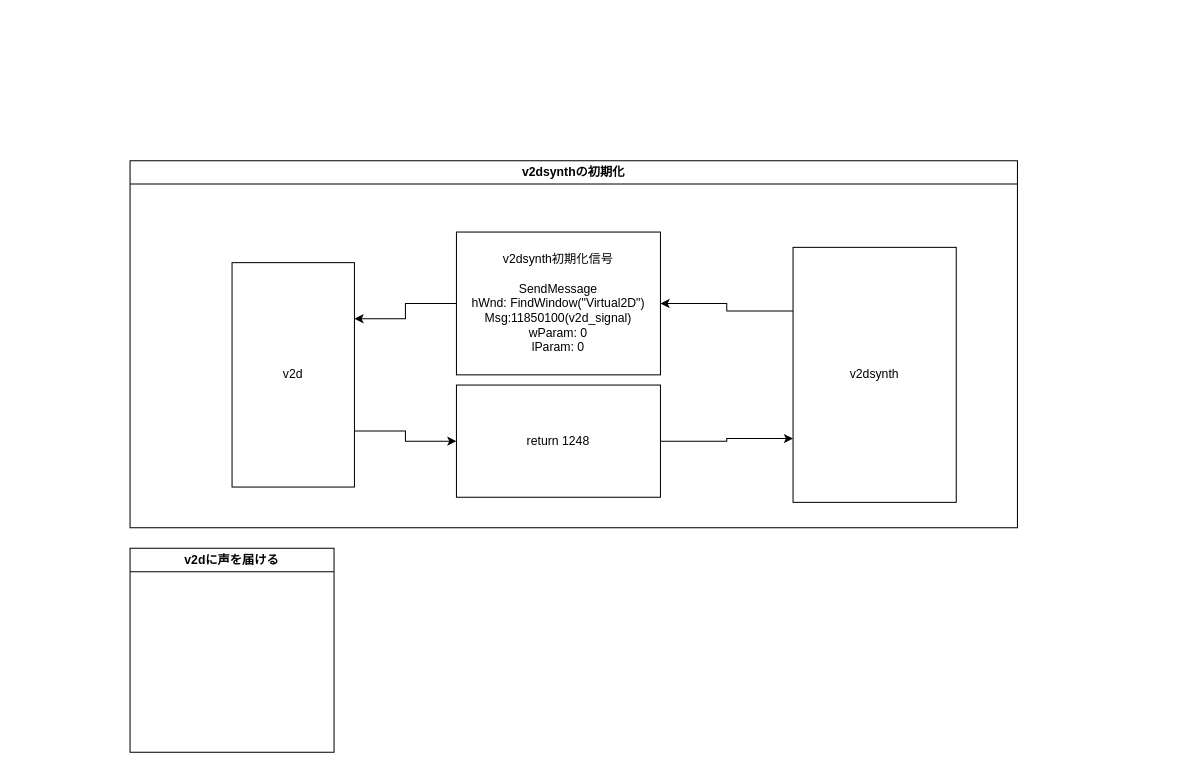
Before: v2d_synth_connection.drawio in TNTSuperMan/Virtual2D, a draw.io diagram. Source tidied: cells renumbered, new cells numbered last; positions are measured from the earlier drawing's top-left corner, leaving out a move shared by most shapes. Both pictures are drawn from the tidied source at 102%, with x=0, y=0 at pixel (130, 160).
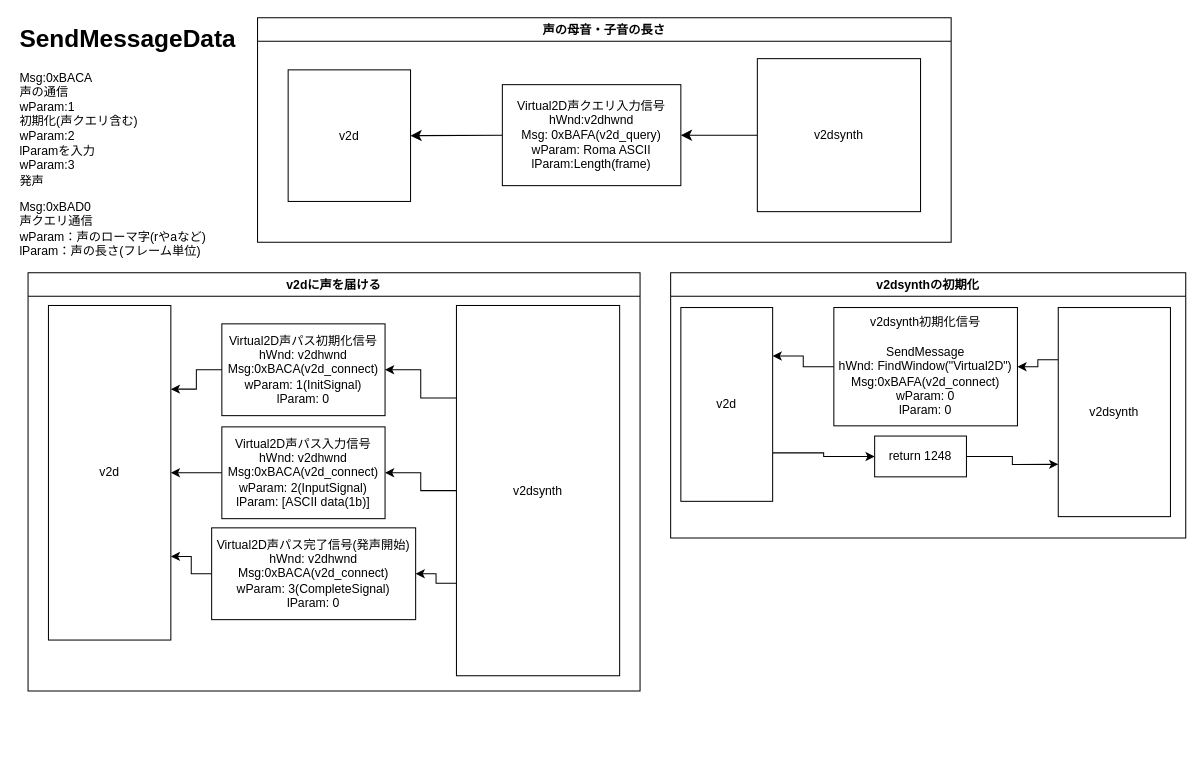
Above is the later version.

The edit, as a diff of the source:
```diff
@@
     <mxCell id="2" value="v2dsynthの初期化" style="swimlane;whiteSpace=wrap;html=1;" parent="1" vertex="1">
-      <mxGeometry width="870" height="360" as="geometry" />
+      <mxGeometry x="530" y="110" width="505" height="260" as="geometry" />
     </mxCell>
@@
     <mxCell id="4" value="v2d" style="rounded=0;whiteSpace=wrap;html=1;" parent="2" vertex="1">
-      <mxGeometry x="100" y="100" width="120" height="220" as="geometry" />
+      <mxGeometry x="10" y="34" width="90" height="190" as="geometry" />
     </mxCell>
@@
     <mxCell id="6" value="v2dsynth" style="rounded=0;whiteSpace=wrap;html=1;" parent="2" vertex="1">
-      <mxGeometry x="650" y="85" width="160" height="250" as="geometry" />
+      <mxGeometry x="380" y="34" width="110" height="205" as="geometry" />
     </mxCell>
@@
-    <mxCell id="8" value="v2dsynth初期化信号&lt;div&gt;&lt;br&gt;&lt;/div&gt;&lt;div&gt;SendMessage&lt;/div&gt;&lt;div&gt;hWnd: FindWindow(&quot;Virtual2D&quot;)&lt;/div&gt;&lt;div&gt;Msg:11850100(v2d_signal)&lt;/div&gt;&lt;div&gt;wParam: 0&lt;/div&gt;&lt;div&gt;lParam: 0&lt;/div&gt;" style="rounded=0;whiteSpace=wrap;html=1;" parent="2" vertex="1">
-      <mxGeometry x="320" y="70" width="200" height="140" as="geometry" />
+    <mxCell id="8" value="v2dsynth初期化信号&lt;div&gt;&lt;br&gt;&lt;/div&gt;&lt;div&gt;SendMessage&lt;/div&gt;&lt;div&gt;hWnd: FindWindow(&quot;Virtual2D&quot;)&lt;/div&gt;&lt;div&gt;Msg:0xBAFA(v2d_connect)&lt;/div&gt;&lt;div&gt;wParam: 0&lt;/div&gt;&lt;div&gt;lParam: 0&lt;/div&gt;" style="rounded=0;whiteSpace=wrap;html=1;" parent="2" vertex="1">
+      <mxGeometry x="160" y="34" width="180" height="116" as="geometry" />
     </mxCell>
@@
     <mxCell id="10" value="return 1248" style="rounded=0;whiteSpace=wrap;html=1;" parent="2" vertex="1">
-      <mxGeometry x="320" y="220" width="200" height="110" as="geometry" />
+      <mxGeometry x="200" y="160" width="90" height="40" as="geometry" />
     </mxCell>
     <mxCell id="11" value="v2dに声を届ける" style="swimlane;whiteSpace=wrap;html=1;" parent="1" vertex="1">
-      <mxGeometry y="380" width="200" height="200" as="geometry" />
+      <mxGeometry x="-100" y="110" width="600" height="410" as="geometry" />
     </mxCell>
+    <mxCell id="12" style="edgeStyle=orthogonalEdgeStyle;rounded=0;jettySize=auto;html=1;exitX=0;exitY=0.5;exitDx=0;exitDy=0;entryX=1;entryY=0.5;entryDx=0;entryDy=0;" parent="11" edge="1" source="14" target="17">
+      <mxGeometry relative="1" as="geometry" />
+    </mxCell>
+    <mxCell id="13" style="edgeStyle=orthogonalEdgeStyle;rounded=0;jettySize=auto;html=1;exitX=0;exitY=0.75;exitDx=0;exitDy=0;entryX=1;entryY=0.5;entryDx=0;entryDy=0;" parent="11" edge="1" source="14" target="19">
+      <mxGeometry relative="1" as="geometry" />
+    </mxCell>
+    <mxCell id="14" value="v2dsynth" style="rounded=0;whiteSpace=wrap;html=1;" parent="11" vertex="1">
+      <mxGeometry x="420" y="32" width="160" height="363" as="geometry" />
+    </mxCell>
+    <mxCell id="15" value="v2d" style="rounded=0;whiteSpace=wrap;html=1;" parent="11" vertex="1">
+      <mxGeometry x="20" y="32" width="120" height="328" as="geometry" />
+    </mxCell>
+    <mxCell id="16" style="edgeStyle=orthogonalEdgeStyle;rounded=0;jettySize=auto;html=1;exitX=0;exitY=0.5;exitDx=0;exitDy=0;entryX=1;entryY=0.5;entryDx=0;entryDy=0;" parent="11" edge="1" source="17" target="15">
+      <mxGeometry relative="1" as="geometry" />
+    </mxCell>
+    <mxCell id="17" value="Virtual2D声パス入力信号&lt;div&gt;hWnd: v2dhwnd&lt;/div&gt;&lt;div&gt;Msg:0xBACA(v2d_connect)&lt;/div&gt;&lt;div&gt;wParam: 2(InputSignal)&lt;/div&gt;&lt;div&gt;lParam: [ASCII data(1b)]&lt;/div&gt;" style="rounded=0;whiteSpace=wrap;html=1;" parent="11" vertex="1">
+      <mxGeometry x="190" y="151" width="160" height="90" as="geometry" />
+    </mxCell>
+    <mxCell id="18" style="edgeStyle=orthogonalEdgeStyle;rounded=0;jettySize=auto;html=1;exitX=0;exitY=0.5;exitDx=0;exitDy=0;entryX=1;entryY=0.75;entryDx=0;entryDy=0;" parent="11" edge="1" source="19" target="15">
+      <mxGeometry relative="1" as="geometry" />
+    </mxCell>
+    <mxCell id="19" value="Virtual2D声パス完了信号(発声開始)&lt;div&gt;hWnd: v2dhwnd&lt;/div&gt;&lt;div&gt;Msg:0xBACA(v2d_connect)&lt;/div&gt;&lt;div&gt;wParam: 3(CompleteSignal)&lt;/div&gt;&lt;div&gt;lParam: 0&lt;/div&gt;" style="rounded=0;whiteSpace=wrap;html=1;" parent="11" vertex="1">
+      <mxGeometry x="180" y="250" width="200" height="90" as="geometry" />
+    </mxCell>
+    <mxCell id="20" value="Virtual2D声パス初期化信号&lt;div&gt;hWnd: v2dhwnd&lt;/div&gt;&lt;div&gt;Msg:0xBACA(v2d_connect)&lt;/div&gt;&lt;div&gt;wParam: 1(InitSignal)&lt;/div&gt;&lt;div&gt;lParam: 0&lt;/div&gt;" style="rounded=0;whiteSpace=wrap;html=1;" parent="11" vertex="1">
+      <mxGeometry x="190" y="50" width="160" height="90" as="geometry" />
+    </mxCell>
+    <mxCell id="21" style="edgeStyle=orthogonalEdgeStyle;rounded=0;jettySize=auto;html=1;exitX=0;exitY=0.5;exitDx=0;exitDy=0;entryX=1;entryY=0.25;entryDx=0;entryDy=0;" parent="11" edge="1" source="20" target="15">
+      <mxGeometry relative="1" as="geometry" />
+    </mxCell>
+    <mxCell id="22" style="edgeStyle=orthogonalEdgeStyle;rounded=0;jettySize=auto;html=1;exitX=0;exitY=0.25;exitDx=0;exitDy=0;entryX=1;entryY=0.5;entryDx=0;entryDy=0;" parent="11" edge="1" source="14" target="20">
+      <mxGeometry relative="1" as="geometry" />
+    </mxCell>
+    <mxCell id="23" value="声の母音・子音の長さ" style="swimlane;whiteSpace=wrap;html=1;" parent="1" vertex="1">
+      <mxGeometry x="125" y="-140" width="680" height="220" as="geometry" />
+    </mxCell>
+    <mxCell id="24" value="v2d" style="rounded=0;whiteSpace=wrap;html=1;" parent="23" vertex="1">
+      <mxGeometry x="30" y="51" width="120" height="129" as="geometry" />
+    </mxCell>
+    <mxCell id="25" style="edgeStyle=none;curved=1;rounded=0;jettySize=auto;html=1;exitX=0;exitY=0.5;exitDx=0;exitDy=0;entryX=1;entryY=0.5;entryDx=0;entryDy=0;fontSize=12;startSize=8;endSize=8;" parent="23" edge="1" source="26" target="28">
+      <mxGeometry relative="1" as="geometry" />
+    </mxCell>
+    <mxCell id="26" value="v2dsynth" style="rounded=0;whiteSpace=wrap;html=1;" parent="23" vertex="1">
+      <mxGeometry x="490" y="40" width="160" height="150" as="geometry" />
+    </mxCell>
+    <mxCell id="27" style="edgeStyle=none;curved=1;rounded=0;jettySize=auto;html=1;exitX=0;exitY=0.5;exitDx=0;exitDy=0;entryX=1;entryY=0.5;entryDx=0;entryDy=0;fontSize=12;startSize=8;endSize=8;" parent="23" edge="1" source="28" target="24">
+      <mxGeometry relative="1" as="geometry" />
+    </mxCell>
+    <mxCell id="28" value="Virtual2D声クエリ入力信号&lt;div&gt;hWnd:v2dhwnd&lt;/div&gt;&lt;div&gt;Msg: 0xBAFA(v2d_query)&lt;/div&gt;&lt;div&gt;wParam: Roma ASCII&lt;/div&gt;&lt;div&gt;lParam:Length(frame)&lt;/div&gt;" style="rounded=0;whiteSpace=wrap;html=1;" parent="23" vertex="1">
+      <mxGeometry x="240" y="65.5" width="175" height="99" as="geometry" />
+    </mxCell>
+    <mxCell id="29" value="&lt;h1 style=&quot;margin-top: 0px;&quot;&gt;SendMessageData&lt;/h1&gt;&lt;p&gt;Msg:0xBACA&lt;br&gt;声の通信&lt;br&gt;wParam:1&lt;br&gt;初期化(声クエリ含む)&lt;br&gt;wParam:2&lt;br&gt;lParamを入力&lt;br&gt;wParam:3&lt;br&gt;発声&lt;/p&gt;&lt;p&gt;Msg:0xBAD0&lt;br&gt;声クエリ通信&lt;br&gt;wParam：声のローマ字(rやaなど)&lt;br&gt;lParam：声の長さ(フレーム単位)&lt;/p&gt;" style="text;html=1;whiteSpace=wrap;overflow=hidden;rounded=0;" parent="1" vertex="1">
+      <mxGeometry x="-110" y="-140" width="220" height="240" as="geometry" />
+    </mxCell>
```
